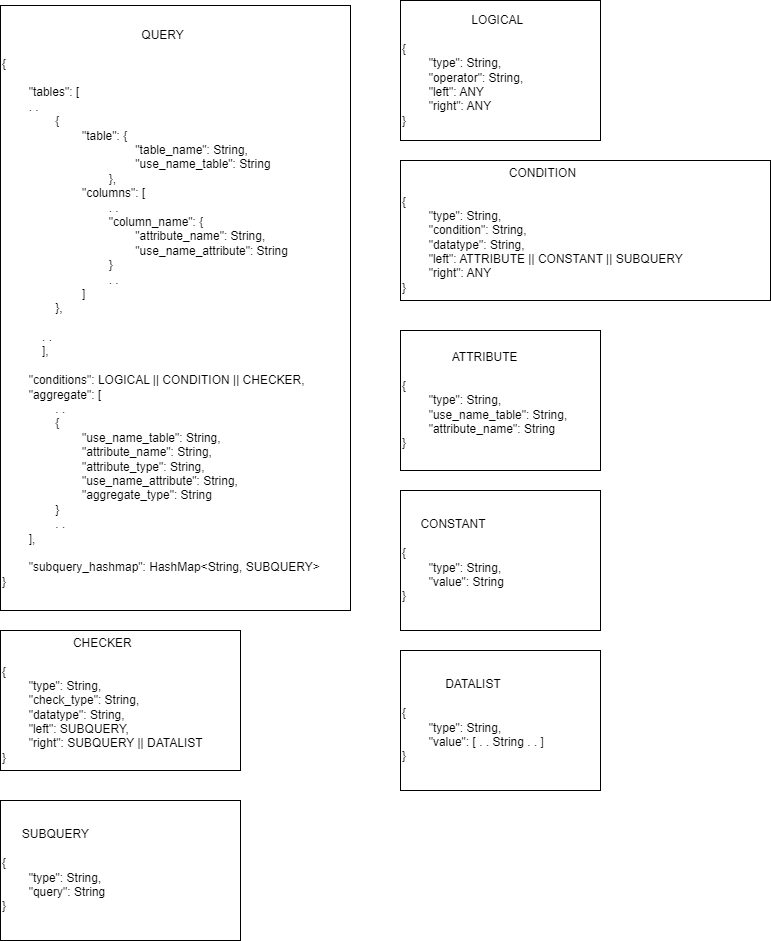
Before: documentation/SemanticParserFile.drawio.png, a diagram exported from draw.io (Rift343/COSMOS). Source tidied: cells renumbered, new cells last; positions are measured from the earlier drawing's top-left corner, leaving out a move shared by most shapes.
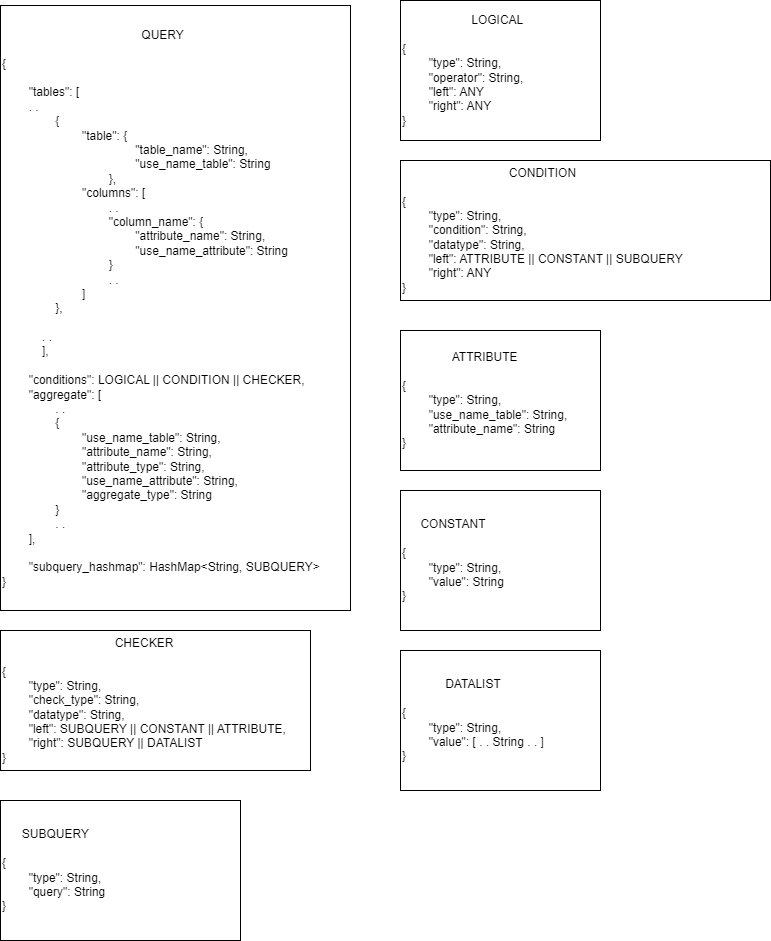
After the commit.

Commit message:
:bookmark: Updated SemanticParserFile documentation & structures

Edited documentation to allow for data lists and basic checkers (IN).

The edit, as a diff of the source:
```diff
@@ -17,8 +17,8 @@
     <mxCell id="6" value="&lt;div style=&quot;text-align: center;&quot;&gt;&lt;span style=&quot;background-color: initial;&quot;&gt;CONSTANT&lt;/span&gt;&lt;/div&gt;&lt;div style=&quot;text-align: center;&quot;&gt;&lt;span style=&quot;background-color: initial;&quot;&gt;&lt;br&gt;&lt;/span&gt;&lt;/div&gt;&lt;div&gt;{&lt;/div&gt;&lt;div&gt;&lt;span style=&quot;white-space: pre;&quot;&gt;&#9;&lt;/span&gt;&quot;type&quot;: String,&lt;/div&gt;&lt;div&gt;&lt;span style=&quot;white-space: pre;&quot;&gt;&#9;&lt;/span&gt;&quot;value&quot;: String&lt;br&gt;&lt;/div&gt;&lt;div&gt;}&lt;/div&gt;" style="whiteSpace=wrap;html=1;align=left;" parent="1" vertex="1">
       <mxGeometry x="400" y="490" width="200" height="140" as="geometry" />
     </mxCell>
-    <mxCell id="7" value="&lt;div style=&quot;text-align: center;&quot;&gt;&lt;span style=&quot;background-color: initial;&quot;&gt;CHECKER&lt;/span&gt;&lt;/div&gt;&lt;div style=&quot;text-align: center;&quot;&gt;&lt;span style=&quot;background-color: initial;&quot;&gt;&lt;br&gt;&lt;/span&gt;&lt;/div&gt;&lt;div&gt;{&lt;/div&gt;&lt;div&gt;&lt;span style=&quot;white-space: pre;&quot;&gt;&#9;&lt;/span&gt;&quot;type&quot;: String,&lt;/div&gt;&lt;div&gt;&lt;span style=&quot;white-space: pre;&quot;&gt;&#9;&lt;/span&gt;&quot;check_type&quot;: String,&lt;br&gt;&lt;/div&gt;&lt;div&gt;&lt;span style=&quot;white-space: pre;&quot;&gt;&#9;&lt;/span&gt;&quot;datatype&quot;: String,&lt;br&gt;&lt;/div&gt;&lt;div&gt;&lt;span style=&quot;white-space: pre;&quot;&gt;&#9;&lt;/span&gt;&quot;left&quot;: SUBQUERY,&lt;br&gt;&lt;/div&gt;&lt;div&gt;&lt;span style=&quot;white-space: pre;&quot;&gt;&#9;&lt;/span&gt;&quot;right&quot;: SUBQUERY || DATALIST&lt;br&gt;&lt;/div&gt;&lt;div&gt;}&lt;/div&gt;" style="whiteSpace=wrap;html=1;align=left;" parent="1" vertex="1">
-      <mxGeometry y="630" width="240" height="140" as="geometry" />
+    <mxCell id="7" value="&lt;div style=&quot;text-align: center;&quot;&gt;&lt;span style=&quot;background-color: initial;&quot;&gt;CHECKER&lt;/span&gt;&lt;/div&gt;&lt;div style=&quot;text-align: center;&quot;&gt;&lt;span style=&quot;background-color: initial;&quot;&gt;&lt;br&gt;&lt;/span&gt;&lt;/div&gt;&lt;div&gt;{&lt;/div&gt;&lt;div&gt;&lt;span style=&quot;white-space: pre;&quot;&gt;&#9;&lt;/span&gt;&quot;type&quot;: String,&lt;/div&gt;&lt;div&gt;&lt;span style=&quot;white-space: pre;&quot;&gt;&#9;&lt;/span&gt;&quot;check_type&quot;: String,&lt;br&gt;&lt;/div&gt;&lt;div&gt;&lt;span style=&quot;white-space: pre;&quot;&gt;&#9;&lt;/span&gt;&quot;datatype&quot;: String,&lt;br&gt;&lt;/div&gt;&lt;div&gt;&lt;span style=&quot;white-space: pre;&quot;&gt;&#9;&lt;/span&gt;&quot;left&quot;: SUBQUERY || CONSTANT || ATTRIBUTE,&lt;br&gt;&lt;/div&gt;&lt;div&gt;&lt;span style=&quot;white-space: pre;&quot;&gt;&#9;&lt;/span&gt;&quot;right&quot;: SUBQUERY || DATALIST&lt;br&gt;&lt;/div&gt;&lt;div&gt;}&lt;/div&gt;" style="whiteSpace=wrap;html=1;align=left;" parent="1" vertex="1">
+      <mxGeometry y="630" width="310" height="140" as="geometry" />
     </mxCell>
     <mxCell id="8" value="&lt;div style=&quot;text-align: center;&quot;&gt;&lt;span style=&quot;background-color: initial;&quot;&gt;SUBQUERY&lt;/span&gt;&lt;/div&gt;&lt;div style=&quot;text-align: center;&quot;&gt;&lt;span style=&quot;background-color: initial;&quot;&gt;&lt;br&gt;&lt;/span&gt;&lt;/div&gt;&lt;div&gt;{&lt;/div&gt;&lt;div&gt;&lt;span style=&quot;white-space: pre;&quot;&gt;&#9;&lt;/span&gt;&quot;type&quot;: String,&lt;span style=&quot;white-space: pre;&quot;&gt;&#9;&lt;/span&gt;&lt;/div&gt;&lt;div&gt;&lt;span style=&quot;white-space: pre;&quot;&gt;&#9;&lt;/span&gt;&quot;query&quot;: String&lt;br&gt;&lt;/div&gt;&lt;div&gt;}&lt;/div&gt;" style="whiteSpace=wrap;html=1;align=left;" parent="1" vertex="1">
       <mxGeometry y="800" width="240" height="140" as="geometry" />
```
